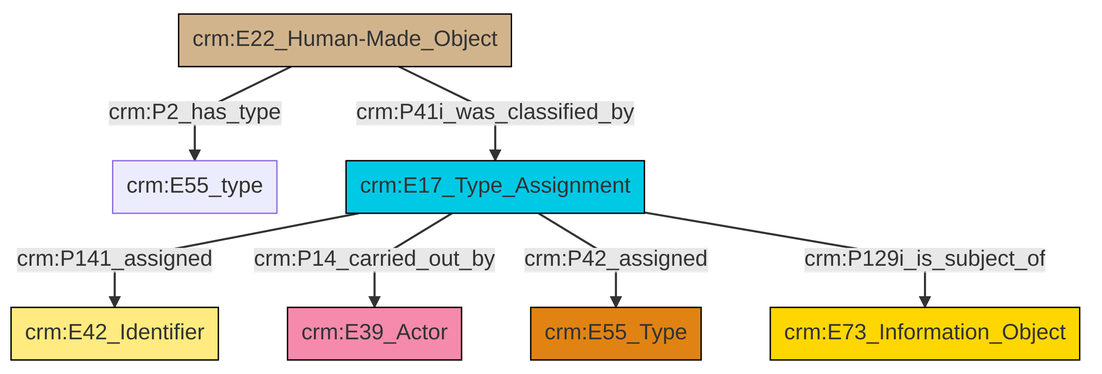
Above: et/builtWorkCSV/ttl/mmd/png/Built_Work_designation_status.png in ncarboni/srdm (Mermaid), before the change. Its source is kept beside it as et/builtWorkCSV/ttl/mmd/Built_Work_designation_status.ttl.mmd. Source of this version:
```mermaid
graph TD
classDef Literal fill:#f2f2f2,stroke:#000000;
classDef CRM_Entity fill:#FFFFFF,stroke:#000000;
classDef Temporal_Entity fill:#00C9E6, stroke:#000000;
classDef Type fill:#E18312, stroke:#000000;
classDef Time-Span fill:#2C9C91, stroke:#000000;
classDef Appellation fill:#FFEB7F, stroke:#000000;
classDef Place fill:#008836, stroke:#000000;
classDef Persistent_Item fill:#B266B2, stroke:#000000;
classDef Conceptual_Object fill:#FFD700, stroke:#000000;
classDef Physical_Thing fill:#D2B48C, stroke:#000000;
classDef Actor fill:#f58aad, stroke:#000000;
classDef PC_Classes fill:#4ce600, stroke:#000000;
classDef Multi fill:#cccccc,stroke:#000000;

0["crm:E22_Human-Made_Object"]:::Physical_Thing -->|crm:P2_has_type| 1["crm:E55_type"]:::Default
8["crm:E17_Type_Assignment"]:::Temporal_Entity -->|crm:P141_assigned| 10["crm:E42_Identifier"]:::Appellation
8["crm:E17_Type_Assignment"]:::Temporal_Entity -->|crm:P14_carried_out_by| 5["crm:E39_Actor"]:::Actor
8["crm:E17_Type_Assignment"]:::Temporal_Entity -->|crm:P42_assigned| 12["crm:E55_Type"]:::Type
0["crm:E22_Human-Made_Object"]:::Physical_Thing -->|crm:P41i_was_classified_by| 8["crm:E17_Type_Assignment"]:::Temporal_Entity
8["crm:E17_Type_Assignment"]:::Temporal_Entity -->|crm:P129i_is_subject_of| 3["crm:E73_Information_Object"]:::Conceptual_Object
```
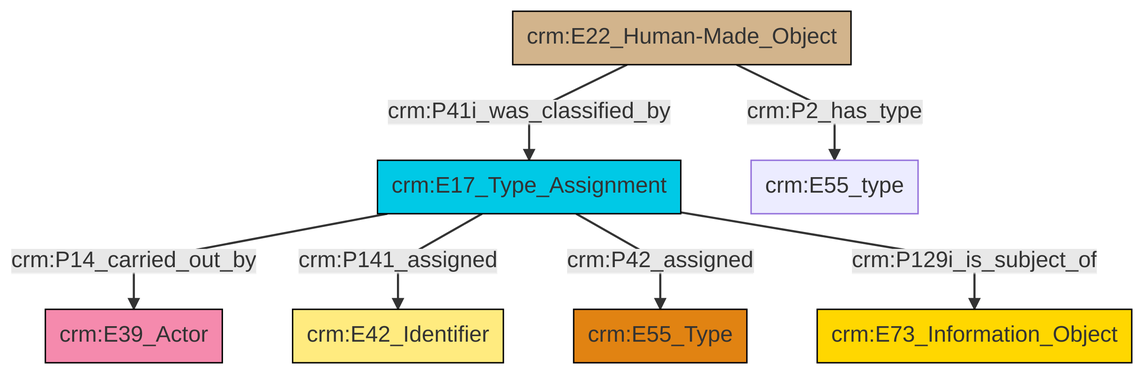
The same file after the commit.

The edit, as a diff of the source:
```diff
@@ -13,9 +13,9 @@
 classDef PC_Classes fill:#4ce600, stroke:#000000;
 classDef Multi fill:#cccccc,stroke:#000000;
 
-0["crm:E22_Human-Made_Object"]:::Physical_Thing -->|crm:P2_has_type| 1["crm:E55_type"]:::Default
-8["crm:E17_Type_Assignment"]:::Temporal_Entity -->|crm:P141_assigned| 10["crm:E42_Identifier"]:::Appellation
-8["crm:E17_Type_Assignment"]:::Temporal_Entity -->|crm:P14_carried_out_by| 5["crm:E39_Actor"]:::Actor
-8["crm:E17_Type_Assignment"]:::Temporal_Entity -->|crm:P42_assigned| 12["crm:E55_Type"]:::Type
-0["crm:E22_Human-Made_Object"]:::Physical_Thing -->|crm:P41i_was_classified_by| 8["crm:E17_Type_Assignment"]:::Temporal_Entity
-8["crm:E17_Type_Assignment"]:::Temporal_Entity -->|crm:P129i_is_subject_of| 3["crm:E73_Information_Object"]:::Conceptual_Object
+3["crm:E22_Human-Made_Object"]:::Physical_Thing -->|crm:P41i_was_classified_by| 7["crm:E17_Type_Assignment"]:::Temporal_Entity
+3["crm:E22_Human-Made_Object"]:::Physical_Thing -->|crm:P2_has_type| 9["crm:E55_type"]:::Default
+7["crm:E17_Type_Assignment"]:::Temporal_Entity -->|crm:P14_carried_out_by| 5["crm:E39_Actor"]:::Actor
+7["crm:E17_Type_Assignment"]:::Temporal_Entity -->|crm:P141_assigned| 12["crm:E42_Identifier"]:::Appellation
+7["crm:E17_Type_Assignment"]:::Temporal_Entity -->|crm:P42_assigned| 0["crm:E55_Type"]:::Type
+7["crm:E17_Type_Assignment"]:::Temporal_Entity -->|crm:P129i_is_subject_of| 10["crm:E73_Information_Object"]:::Conceptual_Object
```
